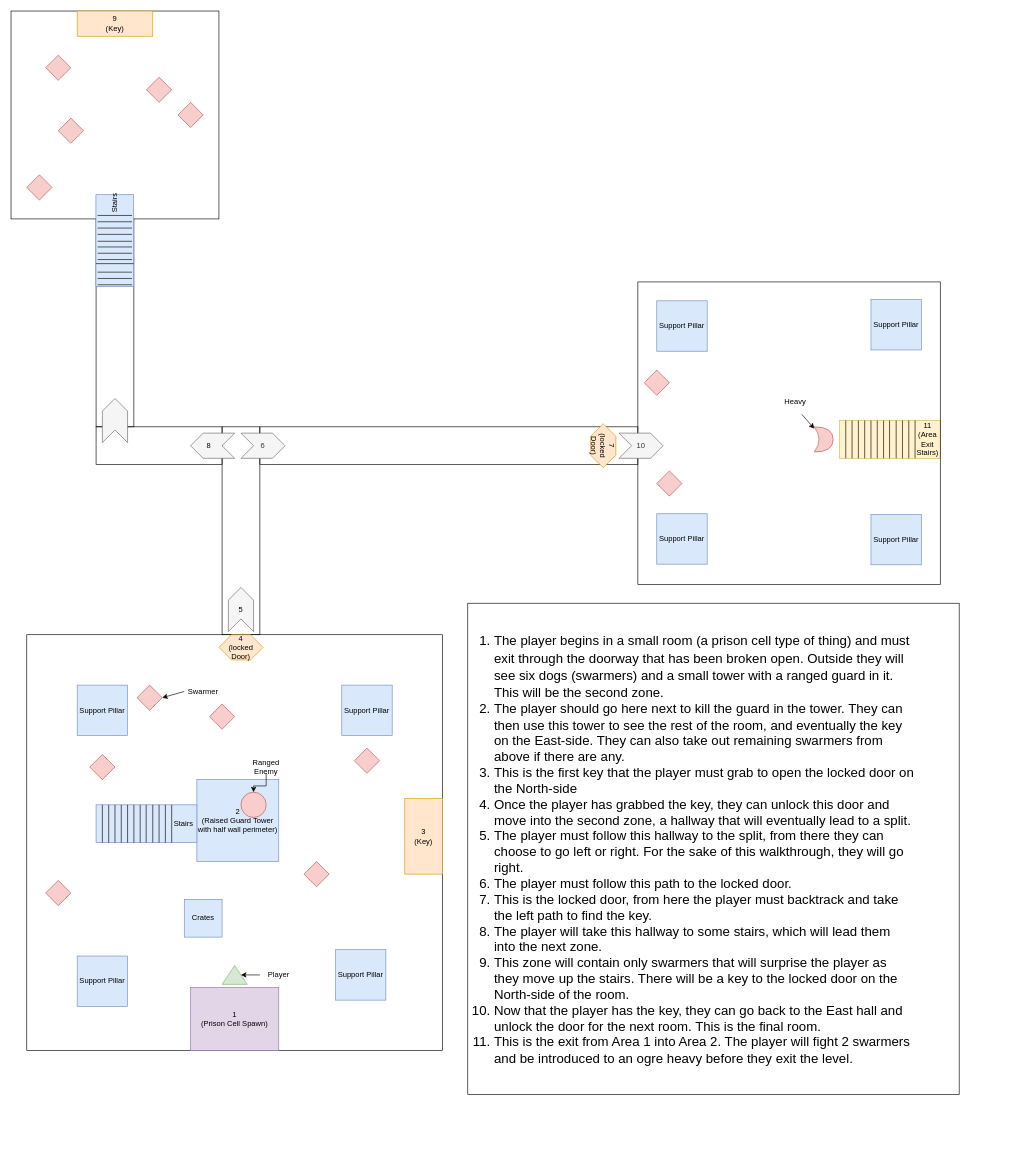
Above: topdown maps/AreaOneTopdown.drawio in Sebp23/corrupt-realm-project (draw.io), before the change. Source tidied: cells renumbered, new cells numbered last; positions are measured from the earlier drawing's top-left corner, leaving out a move shared by most shapes. Both pictures are drawn from the tidied source at 63%, with x=0, y=0 at pixel (11, 11).
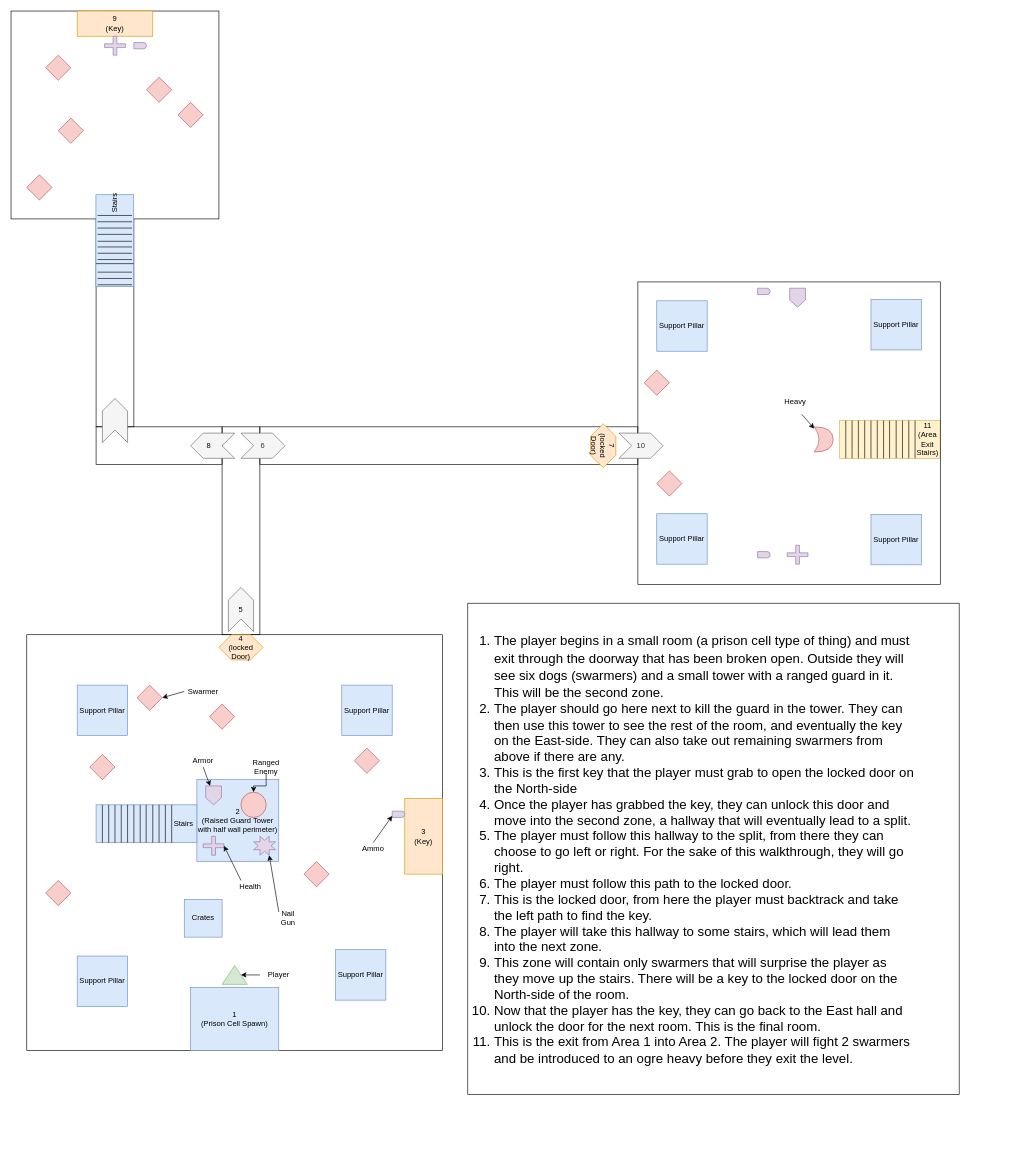
The same diagram, later.

What changed in the source:
```diff
@@
-    <mxCell id="3" value="1&lt;br&gt;(Prison Cell Spawn)" style="rounded=0;whiteSpace=wrap;html=1;fillColor=#e1d5e7;strokeColor=#9673a6;" parent="1" vertex="1">
+    <mxCell id="3" value="1&lt;br&gt;(Prison Cell Spawn)" style="rounded=0;whiteSpace=wrap;html=1;fillColor=#dae8fc;strokeColor=#6c8ebf;" parent="1" vertex="1">
       <mxGeometry x="285" y="1550" width="140" height="100" as="geometry" />
     </mxCell>
@@
+    <mxCell id="104" style="shape=cross;whiteSpace=wrap;html=1;fillColor=#e1d5e7;strokeColor=#9673a6;" parent="1" vertex="1">
+      <mxGeometry x="305" y="1310" width="33" height="30" as="geometry" />
+    </mxCell>
+    <mxCell id="105" style="endArrow=classic;html=1;entryX=1;entryY=0.5;entryDx=0;entryDy=0;entryPerimeter=0;" parent="1" edge="1" target="104">
+      <mxGeometry relative="1" as="geometry">
+        <mxPoint x="365" y="1380" as="sourcePoint" />
+      </mxGeometry>
+    </mxCell>
+    <mxCell id="106" value="Health" style="text;html=1;strokeColor=none;fillColor=none;align=center;verticalAlign=middle;whiteSpace=wrap;rounded=0;" parent="1" vertex="1">
+      <mxGeometry x="360" y="1380" width="40" height="20" as="geometry" />
+    </mxCell>
+    <mxCell id="107" style="shape=offPageConnector;whiteSpace=wrap;html=1;fillColor=#e1d5e7;strokeColor=#9673a6;" parent="1" vertex="1">
+      <mxGeometry x="309" y="1230" width="25" height="30" as="geometry" />
+    </mxCell>
+    <mxCell id="108" style="endArrow=classic;html=1;" parent="1" edge="1" target="107">
+      <mxGeometry relative="1" as="geometry">
+        <mxPoint x="305" y="1200" as="sourcePoint" />
+      </mxGeometry>
+    </mxCell>
+    <mxCell id="109" value="Armor" style="text;html=1;strokeColor=none;fillColor=none;align=center;verticalAlign=middle;whiteSpace=wrap;rounded=0;" parent="1" vertex="1">
+      <mxGeometry x="285" y="1180" width="40" height="20" as="geometry" />
+    </mxCell>
+    <mxCell id="110" style="shape=cross;whiteSpace=wrap;html=1;fillColor=#e1d5e7;strokeColor=#9673a6;" parent="1" vertex="1">
+      <mxGeometry x="148.5" y="40" width="33" height="30" as="geometry" />
+    </mxCell>
+    <mxCell id="111" style="shape=cross;whiteSpace=wrap;html=1;fillColor=#e1d5e7;strokeColor=#9673a6;" parent="1" vertex="1">
+      <mxGeometry x="1232" y="848" width="33" height="30" as="geometry" />
+    </mxCell>
+    <mxCell id="112" style="shape=offPageConnector;whiteSpace=wrap;html=1;fillColor=#e1d5e7;strokeColor=#9673a6;" parent="1" vertex="1">
+      <mxGeometry x="1236" y="440" width="25" height="30" as="geometry" />
+    </mxCell>
+    <mxCell id="113" style="verticalLabelPosition=bottom;verticalAlign=top;html=1;shape=mxgraph.basic.8_point_star;fillColor=#e1d5e7;strokeColor=#9673a6;" parent="1" vertex="1">
+      <mxGeometry x="385" y="1310" width="35" height="30" as="geometry" />
+    </mxCell>
+    <mxCell id="114" style="endArrow=classic;html=1;entryX=0.71;entryY=1;entryDx=0;entryDy=0;entryPerimeter=0;" parent="1" edge="1" target="113">
+      <mxGeometry relative="1" as="geometry">
+        <mxPoint x="425" y="1430" as="sourcePoint" />
+      </mxGeometry>
+    </mxCell>
+    <mxCell id="115" value="Nail Gun" style="text;html=1;strokeColor=none;fillColor=none;align=center;verticalAlign=middle;whiteSpace=wrap;rounded=0;" parent="1" vertex="1">
+      <mxGeometry x="420" y="1430" width="40" height="20" as="geometry" />
+    </mxCell>
+    <mxCell id="116" style="shape=delay;whiteSpace=wrap;html=1;fillColor=#e1d5e7;strokeColor=#9673a6;" parent="1" vertex="1">
+      <mxGeometry x="605" y="1270" width="20" height="10" as="geometry" />
+    </mxCell>
+    <mxCell id="117" style="endArrow=classic;html=1;entryX=0;entryY=0.75;entryDx=0;entryDy=0;" parent="1" edge="1" target="116">
+      <mxGeometry relative="1" as="geometry">
+        <mxPoint x="575" y="1320" as="sourcePoint" />
+      </mxGeometry>
+    </mxCell>
+    <mxCell id="118" value="Ammo" style="text;html=1;strokeColor=none;fillColor=none;align=center;verticalAlign=middle;whiteSpace=wrap;rounded=0;" parent="1" vertex="1">
+      <mxGeometry x="555" y="1320" width="40" height="20" as="geometry" />
+    </mxCell>
+    <mxCell id="119" style="shape=delay;whiteSpace=wrap;html=1;fillColor=#e1d5e7;strokeColor=#9673a6;" parent="1" vertex="1">
+      <mxGeometry x="1185" y="440" width="20" height="10" as="geometry" />
+    </mxCell>
+    <mxCell id="120" style="shape=delay;whiteSpace=wrap;html=1;fillColor=#e1d5e7;strokeColor=#9673a6;" parent="1" vertex="1">
+      <mxGeometry x="1185" y="858" width="20" height="10" as="geometry" />
+    </mxCell>
+    <mxCell id="121" style="shape=delay;whiteSpace=wrap;html=1;fillColor=#e1d5e7;strokeColor=#9673a6;" parent="1" vertex="1">
+      <mxGeometry x="195" y="50" width="20" height="10" as="geometry" />
+    </mxCell>
```
